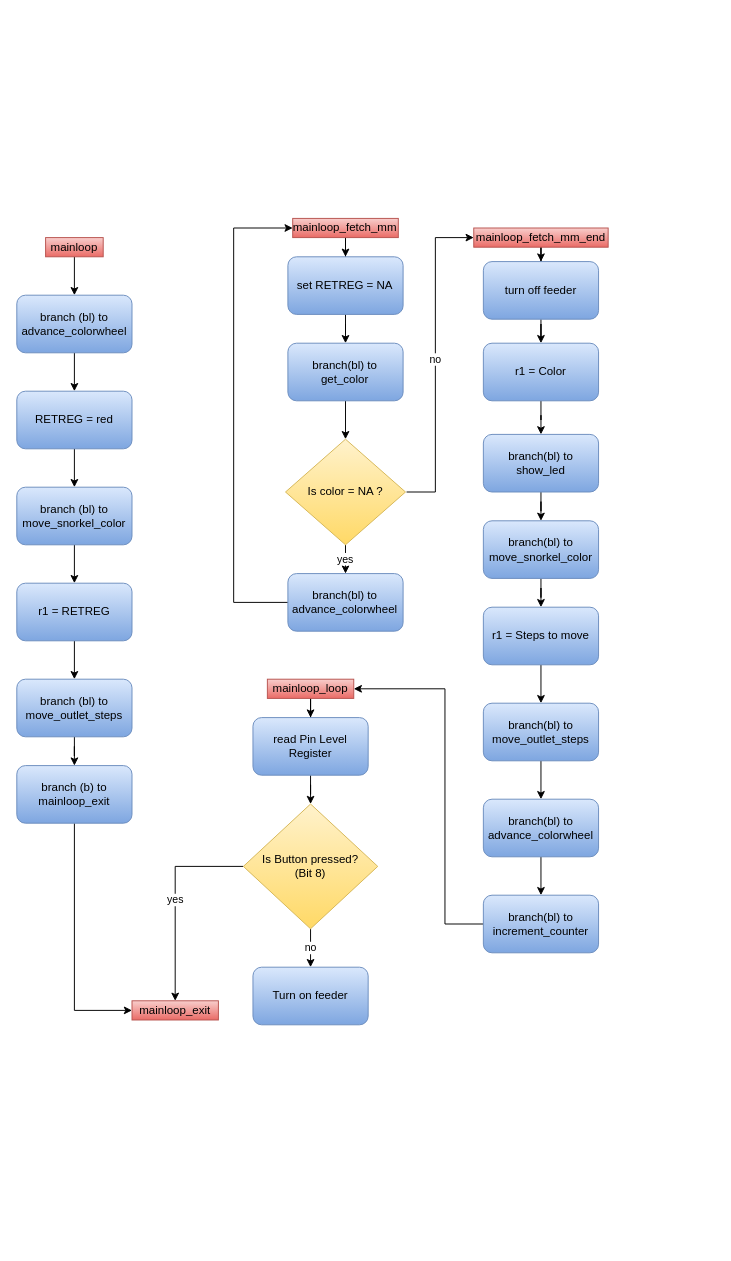
Before: diagrams/Programmablauf_mainloop.drawio in DerToaster98/SysProgTIT18, a draw.io diagram. Source tidied: cells renumbered, new cells numbered last; positions are measured from the earlier drawing's top-left corner, leaving out a move shared by most shapes. Both pictures are drawn from the tidied source at 96%, with x=0, y=0 at pixel (16, 218).
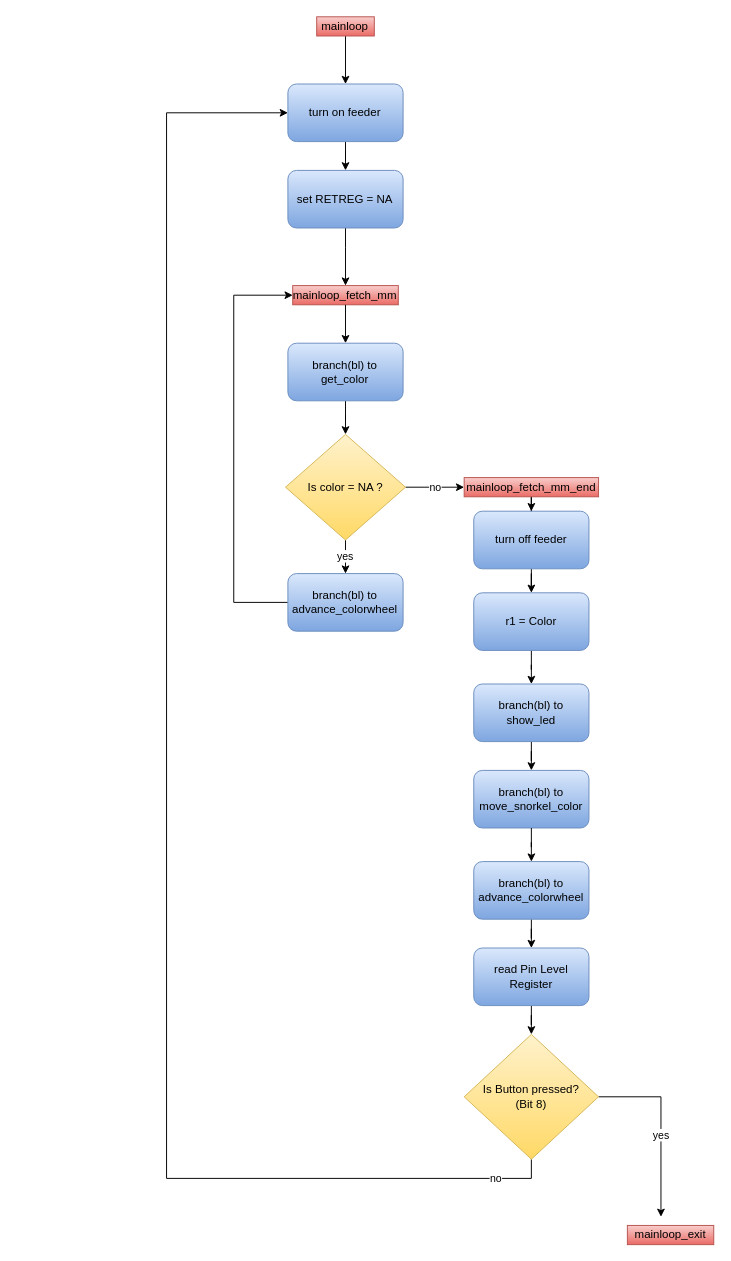
The same diagram, later.

The change refers to these unchanged cells:
```xml
<mxCell id="29" value="branch(bl) to&lt;br&gt;get_color" style="rounded=1;whiteSpace=wrap;html=1;gradientColor=#7ea6e0;fillColor=#dae8fc;strokeColor=#6c8ebf;" parent="1" vertex="1">
  <mxGeometry x="282.4" y="130" width="120" height="60" as="geometry" />
</mxCell>
<mxCell id="34" value="branch(bl) to advance_colorwheel" style="rounded=1;whiteSpace=wrap;html=1;gradientColor=#7ea6e0;fillColor=#dae8fc;strokeColor=#6c8ebf;" parent="1" vertex="1">
  <mxGeometry x="282.4" y="370" width="120" height="60" as="geometry" />
</mxCell>
```

The edit, as a diff of the source:
```diff
@@
-    <mxCell id="2" style="edgeStyle=orthogonalEdgeStyle;rounded=0;jettySize=auto;html=1;exitX=0.5;exitY=1;exitDx=0;exitDy=0;" parent="1" edge="1" source="15" target="4">
-      <mxGeometry relative="1" as="geometry" />
+    <mxCell id="2" style="edgeStyle=orthogonalEdgeStyle;rounded=0;jettySize=auto;html=1;exitX=0.5;exitY=1;exitDx=0;exitDy=0;entryX=0.5;entryY=0;entryDx=0;entryDy=0;" parent="1" edge="1" source="15" target="55">
+      <mxGeometry relative="1" as="geometry">
+        <Array as="points">
+          <mxPoint x="342.4" y="-140" />
+          <mxPoint x="342.4" y="-140" />
+        </Array>
+      </mxGeometry>
     </mxCell>
-    <mxCell id="3" style="edgeStyle=orthogonalEdgeStyle;rounded=0;jettySize=auto;html=1;" parent="1" edge="1" source="4" target="6">
-      <mxGeometry relative="1" as="geometry" />
-    </mxCell>
-    <mxCell id="4" value="branch (bl) to advance_colorwheel" style="rounded=1;whiteSpace=wrap;html=1;fillColor=#dae8fc;strokeColor=#6c8ebf;gradientColor=#7ea6e0;" parent="1" vertex="1">
-      <mxGeometry y="80" width="120" height="60" as="geometry" />
-    </mxCell>
-    <mxCell id="5" style="edgeStyle=orthogonalEdgeStyle;rounded=0;jettySize=auto;html=1;" parent="1" edge="1" source="6" target="8">
-      <mxGeometry relative="1" as="geometry" />
-    </mxCell>
-    <mxCell id="6" value="RETREG = red" style="rounded=1;whiteSpace=wrap;html=1;fillColor=#dae8fc;strokeColor=#6c8ebf;gradientColor=#7ea6e0;" parent="1" vertex="1">
-      <mxGeometry y="180" width="120" height="60" as="geometry" />
-    </mxCell>
-    <mxCell id="7" style="edgeStyle=orthogonalEdgeStyle;rounded=0;jettySize=auto;html=1;" parent="1" edge="1" source="8" target="10">
-      <mxGeometry relative="1" as="geometry" />
-    </mxCell>
-    <mxCell id="8" value="branch (bl) to&lt;br&gt;move_snorkel_color" style="rounded=1;whiteSpace=wrap;html=1;fillColor=#dae8fc;strokeColor=#6c8ebf;gradientColor=#7ea6e0;" parent="1" vertex="1">
-      <mxGeometry y="280" width="120" height="60" as="geometry" />
-    </mxCell>
-    <mxCell id="9" style="edgeStyle=orthogonalEdgeStyle;rounded=0;jettySize=auto;html=1;" parent="1" edge="1" source="10" target="12">
-      <mxGeometry relative="1" as="geometry" />
-    </mxCell>
-    <mxCell id="10" value="r1 = RETREG" style="rounded=1;whiteSpace=wrap;html=1;fillColor=#dae8fc;strokeColor=#6c8ebf;gradientColor=#7ea6e0;" parent="1" vertex="1">
-      <mxGeometry y="380" width="120" height="60" as="geometry" />
-    </mxCell>
-    <mxCell id="11" style="edgeStyle=orthogonalEdgeStyle;rounded=0;jettySize=auto;html=1;" parent="1" edge="1" source="12" target="14">
-      <mxGeometry relative="1" as="geometry" />
-    </mxCell>
-    <mxCell id="12" value="branch (bl) to move_outlet_steps" style="rounded=1;whiteSpace=wrap;html=1;fillColor=#dae8fc;strokeColor=#6c8ebf;gradientColor=#7ea6e0;" parent="1" vertex="1">
-      <mxGeometry y="480" width="120" height="60" as="geometry" />
-    </mxCell>
-    <mxCell id="13" style="edgeStyle=orthogonalEdgeStyle;rounded=0;jettySize=auto;html=1;entryX=0;entryY=0.5;entryDx=0;entryDy=0;" parent="1" edge="1" source="14" target="53">
-      <mxGeometry relative="1" as="geometry" />
-    </mxCell>
-    <mxCell id="14" value="branch (b) to mainloop_exit" style="rounded=1;whiteSpace=wrap;html=1;fillColor=#dae8fc;strokeColor=#6c8ebf;gradientColor=#7ea6e0;" parent="1" vertex="1">
-      <mxGeometry y="570" width="120" height="60" as="geometry" />
-    </mxCell>
     <mxCell id="15" value="mainloop" style="text;html=1;strokeColor=#b85450;fillColor=#f8cecc;align=center;verticalAlign=middle;whiteSpace=wrap;rounded=0;gradientColor=#ea6b66;" parent="1" vertex="1">
-      <mxGeometry x="30" y="20" width="60" height="20" as="geometry" />
+      <mxGeometry x="312.4" y="-210" width="60" height="20" as="geometry" />
     </mxCell>
-    <mxCell id="16" style="edgeStyle=orthogonalEdgeStyle;rounded=0;jettySize=auto;html=1;" parent="1" edge="1" source="17" target="19">
-      <mxGeometry relative="1" as="geometry" />
-    </mxCell>
-    <mxCell id="17" value="mainloop_loop" style="text;html=1;strokeColor=#b85450;fillColor=#f8cecc;align=center;verticalAlign=middle;whiteSpace=wrap;rounded=0;gradientColor=#ea6b66;" parent="1" vertex="1">
-      <mxGeometry x="261" y="480" width="90" height="20" as="geometry" />
-    </mxCell>
@@
     <mxCell id="19" value="read Pin Level Register" style="rounded=1;whiteSpace=wrap;html=1;gradientColor=#7ea6e0;fillColor=#dae8fc;strokeColor=#6c8ebf;" parent="1" vertex="1">
-      <mxGeometry x="246" y="520" width="120" height="60" as="geometry" />
+      <mxGeometry x="476" y="760" width="120" height="60" as="geometry" />
     </mxCell>
-    <mxCell id="20" value="no" style="edgeStyle=orthogonalEdgeStyle;rounded=0;jettySize=auto;html=1;" parent="1" edge="1" source="22" target="23">
-      <mxGeometry relative="1" as="geometry" />
+    <mxCell id="20" value="no" style="edgeStyle=orthogonalEdgeStyle;rounded=0;jettySize=auto;html=1;entryX=0;entryY=0.5;entryDx=0;entryDy=0;" parent="1" edge="1" source="22" target="55">
+      <mxGeometry x="-0.93" relative="1" as="geometry">
+        <Array as="points">
+          <mxPoint x="536" y="1000" />
+          <mxPoint x="156" y="1000" />
+          <mxPoint x="156" y="-110" />
+        </Array>
+      </mxGeometry>
     </mxCell>
-    <mxCell id="21" value="yes" style="edgeStyle=orthogonalEdgeStyle;rounded=0;jettySize=auto;html=1;entryX=0.5;entryY=0;entryDx=0;entryDy=0;" parent="1" edge="1" source="22" target="53">
-      <mxGeometry relative="1" as="geometry">
+    <mxCell id="21" value="yes" style="edgeStyle=orthogonalEdgeStyle;rounded=0;jettySize=auto;html=1;entryX=0.5;entryY=0;entryDx=0;entryDy=0;exitX=1;exitY=0.5;exitDx=0;exitDy=0;" parent="1" edge="1" source="22">
+      <mxGeometry x="0.11" relative="1" as="geometry">
+        <mxPoint x="671" y="1040" as="targetPoint" />
         <Array as="points">
-          <mxPoint x="165" y="675" />
+          <mxPoint x="671" y="915" />
         </Array>
       </mxGeometry>
     </mxCell>
     <mxCell id="22" value="Is Button pressed?&lt;br&gt;(Bit 8)" style="rhombus;whiteSpace=wrap;html=1;gradientColor=#ffd966;fillColor=#fff2cc;strokeColor=#d6b656;" parent="1" vertex="1">
-      <mxGeometry x="236" y="610" width="140" height="130" as="geometry" />
+      <mxGeometry x="466" y="850" width="140" height="130" as="geometry" />
     </mxCell>
-    <mxCell id="23" value="Turn on feeder" style="rounded=1;whiteSpace=wrap;html=1;gradientColor=#7ea6e0;fillColor=#dae8fc;strokeColor=#6c8ebf;" parent="1" vertex="1">
-      <mxGeometry x="246" y="780" width="120" height="60" as="geometry" />
-    </mxCell>
-    <mxCell id="24" style="edgeStyle=orthogonalEdgeStyle;rounded=0;jettySize=auto;html=1;" parent="1" edge="1" source="25" target="27">
-      <mxGeometry relative="1" as="geometry" />
-    </mxCell>
     <mxCell id="25" value="mainloop_fetch_mm" style="text;html=1;strokeColor=#b85450;fillColor=#f8cecc;align=center;verticalAlign=middle;whiteSpace=wrap;rounded=0;gradientColor=#ea6b66;" parent="1" vertex="1">
-      <mxGeometry x="287.4" width="110" height="20" as="geometry" />
+      <mxGeometry x="287.4" y="70" width="110" height="20" as="geometry" />
     </mxCell>
-    <mxCell id="26" style="edgeStyle=orthogonalEdgeStyle;rounded=0;jettySize=auto;html=1;" parent="1" edge="1" source="27" target="29">
+    <mxCell id="26" style="edgeStyle=orthogonalEdgeStyle;rounded=0;jettySize=auto;html=1;exitX=0.5;exitY=1;exitDx=0;exitDy=0;" parent="1" edge="1" source="25" target="29">
       <mxGeometry relative="1" as="geometry" />
     </mxCell>
-    <mxCell id="27" value="set RETREG = NA" style="rounded=1;whiteSpace=wrap;html=1;gradientColor=#7ea6e0;fillColor=#dae8fc;strokeColor=#6c8ebf;" parent="1" vertex="1">
-      <mxGeometry x="282.4" y="40" width="120" height="60" as="geometry" />
-    </mxCell>
@@
-    <mxCell id="30" value="no" style="edgeStyle=orthogonalEdgeStyle;rounded=0;jettySize=auto;html=1;entryX=0;entryY=0.5;entryDx=0;entryDy=0;" parent="1" edge="1" target="36">
-      <mxGeometry relative="1" as="geometry">
-        <mxPoint x="406" y="285" as="sourcePoint" />
-        <Array as="points">
-          <mxPoint x="436" y="285" />
-          <mxPoint x="436" y="20" />
-        </Array>
-      </mxGeometry>
+    <mxCell id="30" value="no" style="edgeStyle=orthogonalEdgeStyle;rounded=0;jettySize=auto;html=1;entryX=0;entryY=0.5;entryDx=0;entryDy=0;exitX=1;exitY=0.5;exitDx=0;exitDy=0;" parent="1" edge="1" source="32" target="36">
+      <mxGeometry relative="1" as="geometry" />
     </mxCell>
@@
     <mxCell id="32" value="Is color = NA ?" style="rhombus;whiteSpace=wrap;html=1;gradientColor=#ffd966;fillColor=#fff2cc;strokeColor=#d6b656;" parent="1" vertex="1">
-      <mxGeometry x="279.9" y="230" width="125" height="110" as="geometry" />
+      <mxGeometry x="279.9" y="225" width="125" height="110" as="geometry" />
     </mxCell>
     <mxCell id="33" style="edgeStyle=orthogonalEdgeStyle;rounded=0;jettySize=auto;html=1;entryX=0;entryY=0.5;entryDx=0;entryDy=0;" parent="1" edge="1" source="34" target="25">
       <mxGeometry relative="1" as="geometry">
         <Array as="points">
-          <mxPoint x="225.9" y="400" />
-          <mxPoint x="225.9" y="10" />
+          <mxPoint x="226" y="400" />
+          <mxPoint x="226" y="80" />
         </Array>
       </mxGeometry>
     </mxCell>
@@
     <mxCell id="36" value="mainloop_fetch_mm_end" style="text;html=1;strokeColor=#b85450;fillColor=#f8cecc;align=center;verticalAlign=middle;whiteSpace=wrap;rounded=0;gradientColor=#ea6b66;" parent="1" vertex="1">
-      <mxGeometry x="476" y="10" width="140" height="20" as="geometry" />
+      <mxGeometry x="466" y="270" width="140" height="20" as="geometry" />
     </mxCell>
@@
     <mxCell id="38" value="turn off feeder" style="rounded=1;whiteSpace=wrap;html=1;gradientColor=#7ea6e0;fillColor=#dae8fc;strokeColor=#6c8ebf;" parent="1" vertex="1">
-      <mxGeometry x="486" y="45" width="120" height="60" as="geometry" />
+      <mxGeometry x="476" y="305" width="120" height="60" as="geometry" />
     </mxCell>
@@
     <mxCell id="40" value="r1 = Color" style="rounded=1;whiteSpace=wrap;html=1;gradientColor=#7ea6e0;fillColor=#dae8fc;strokeColor=#6c8ebf;" parent="1" vertex="1">
-      <mxGeometry x="486" y="130" width="120" height="60" as="geometry" />
+      <mxGeometry x="476" y="390" width="120" height="60" as="geometry" />
     </mxCell>
@@
     <mxCell id="42" value="branch(bl) to show_led" style="rounded=1;whiteSpace=wrap;html=1;gradientColor=#7ea6e0;fillColor=#dae8fc;strokeColor=#6c8ebf;" parent="1" vertex="1">
-      <mxGeometry x="486" y="225" width="120" height="60" as="geometry" />
+      <mxGeometry x="476" y="485" width="120" height="60" as="geometry" />
     </mxCell>
-    <mxCell id="43" style="edgeStyle=orthogonalEdgeStyle;rounded=0;jettySize=auto;html=1;" parent="1" edge="1" source="44" target="46">
-      <mxGeometry relative="1" as="geometry" />
-    </mxCell>
     <mxCell id="44" value="branch(bl) to move_snorkel_color" style="rounded=1;whiteSpace=wrap;html=1;gradientColor=#7ea6e0;fillColor=#dae8fc;strokeColor=#6c8ebf;" parent="1" vertex="1">
-      <mxGeometry x="486" y="315" width="120" height="60" as="geometry" />
+      <mxGeometry x="476" y="575" width="120" height="60" as="geometry" />
     </mxCell>
-    <mxCell id="45" style="edgeStyle=orthogonalEdgeStyle;rounded=0;jettySize=auto;html=1;" parent="1" edge="1" source="46" target="48">
-      <mxGeometry relative="1" as="geometry" />
-    </mxCell>
-    <mxCell id="46" value="r1 = Steps to move" style="rounded=1;whiteSpace=wrap;html=1;gradientColor=#7ea6e0;fillColor=#dae8fc;strokeColor=#6c8ebf;" parent="1" vertex="1">
-      <mxGeometry x="486" y="405" width="120" height="60" as="geometry" />
-    </mxCell>
-    <mxCell id="47" style="edgeStyle=orthogonalEdgeStyle;rounded=0;jettySize=auto;html=1;" parent="1" edge="1" source="48" target="50">
+    <mxCell id="47" style="edgeStyle=orthogonalEdgeStyle;rounded=0;jettySize=auto;html=1;exitX=0.5;exitY=1;exitDx=0;exitDy=0;" parent="1" edge="1" source="44" target="50">
       <mxGeometry relative="1" as="geometry" />
     </mxCell>
-    <mxCell id="48" value="branch(bl) to move_outlet_steps" style="rounded=1;whiteSpace=wrap;html=1;gradientColor=#7ea6e0;fillColor=#dae8fc;strokeColor=#6c8ebf;" parent="1" vertex="1">
-      <mxGeometry x="486" y="505" width="120" height="60" as="geometry" />
-    </mxCell>
-    <mxCell id="49" style="edgeStyle=orthogonalEdgeStyle;rounded=0;jettySize=auto;html=1;" parent="1" edge="1" source="50" target="52">
+    <mxCell id="49" style="edgeStyle=orthogonalEdgeStyle;rounded=0;jettySize=auto;html=1;entryX=0.5;entryY=0;entryDx=0;entryDy=0;" parent="1" edge="1" source="50" target="19">
       <mxGeometry relative="1" as="geometry" />
     </mxCell>
     <mxCell id="50" value="branch(bl) to advance_colorwheel" style="rounded=1;whiteSpace=wrap;html=1;gradientColor=#7ea6e0;fillColor=#dae8fc;strokeColor=#6c8ebf;" parent="1" vertex="1">
-      <mxGeometry x="486" y="605" width="120" height="60" as="geometry" />
+      <mxGeometry x="476" y="670" width="120" height="60" as="geometry" />
     </mxCell>
-    <mxCell id="51" style="edgeStyle=orthogonalEdgeStyle;rounded=0;jettySize=auto;html=1;" parent="1" edge="1" source="52">
-      <mxGeometry relative="1" as="geometry">
-        <mxPoint x="351" y="490" as="targetPoint" />
-        <Array as="points">
-          <mxPoint x="446" y="735" />
-          <mxPoint x="446" y="490" />
-          <mxPoint x="351" y="490" />
-        </Array>
-      </mxGeometry>
-    </mxCell>
-    <mxCell id="52" value="branch(bl) to increment_counter" style="rounded=1;whiteSpace=wrap;html=1;gradientColor=#7ea6e0;fillColor=#dae8fc;strokeColor=#6c8ebf;" parent="1" vertex="1">
-      <mxGeometry x="486" y="705" width="120" height="60" as="geometry" />
-    </mxCell>
     <mxCell id="53" value="mainloop_exit" style="text;html=1;strokeColor=#b85450;fillColor=#f8cecc;align=center;verticalAlign=middle;whiteSpace=wrap;rounded=0;gradientColor=#ea6b66;" parent="1" vertex="1">
-      <mxGeometry x="120" y="815" width="90" height="20" as="geometry" />
+      <mxGeometry x="636" y="1049" width="90" height="20" as="geometry" />
     </mxCell>
+    <mxCell id="54" style="edgeStyle=orthogonalEdgeStyle;rounded=0;jettySize=auto;html=1;" parent="1" edge="1" source="55" target="27">
+      <mxGeometry relative="1" as="geometry" />
+    </mxCell>
+    <mxCell id="55" value="turn on feeder" style="rounded=1;whiteSpace=wrap;html=1;gradientColor=#7ea6e0;fillColor=#dae8fc;strokeColor=#6c8ebf;" parent="1" vertex="1">
+      <mxGeometry x="282.4" y="-140" width="120" height="60" as="geometry" />
+    </mxCell>
+    <mxCell id="56" style="edgeStyle=orthogonalEdgeStyle;rounded=0;jettySize=auto;html=1;entryX=0.5;entryY=0;entryDx=0;entryDy=0;" parent="1" edge="1" source="27" target="25">
+      <mxGeometry relative="1" as="geometry">
+        <Array as="points">
+          <mxPoint x="342" y="30" />
+          <mxPoint x="342" y="30" />
+        </Array>
+      </mxGeometry>
+    </mxCell>
+    <mxCell id="27" value="set RETREG = NA" style="rounded=1;whiteSpace=wrap;html=1;gradientColor=#7ea6e0;fillColor=#dae8fc;strokeColor=#6c8ebf;" parent="1" vertex="1">
+      <mxGeometry x="282.4" y="-50" width="120" height="60" as="geometry" />
+    </mxCell>
```
